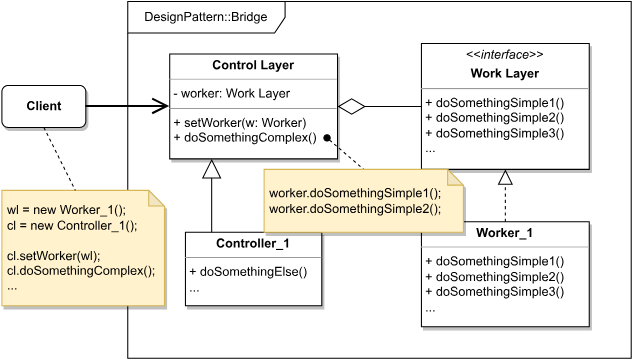
safar-jn/design-patterns keeps this draw.io diagram as Bridge/Bridge.svg. Above is the earlier version. Source tidied: cells renumbered, new cells last; positions are measured from the earlier drawing's top-left corner, leaving out a move shared by most shapes.
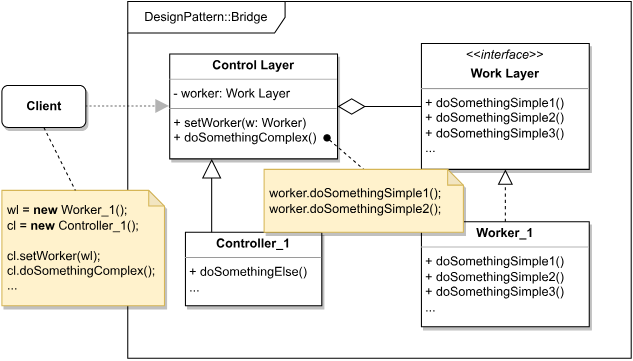
Later version of the same file.

What changed in the source:
```diff
@@ -2,6 +2,9 @@
   <root>
     <mxCell id="0" />
     <mxCell id="1" parent="0" />
+    <mxCell id="9" style="endArrow=block;endFill=1;endSize=8;html=1;rounded=0;exitX=1;exitY=0.5;exitDx=0;exitDy=0;entryX=0;entryY=0.5;entryDx=0;entryDy=0;strokeWidth=2;fontSize=12;strokeColor=#B3B3B3;startSize=14;shadow=0;sketch=0;dashed=1;dashPattern=1 1;" parent="1" edge="1" source="2" target="4">
+      <mxGeometry relative="1" as="geometry" />
+    </mxCell>
     <mxCell id="2" value="&lt;b&gt;Client&lt;/b&gt;" style="html=1;rounded=1;shadow=1;" parent="1" vertex="1">
       <mxGeometry y="80" width="80" height="40" as="geometry" />
     </mxCell>
@@ -23,15 +26,12 @@
     <mxCell id="8" style="endArrow=diamondThin;endFill=0;endSize=24;html=1;rounded=0;entryX=1;entryY=0.5;entryDx=0;entryDy=0;exitX=0;exitY=0.5;exitDx=0;exitDy=0;" parent="1" edge="1" source="5" target="4">
       <mxGeometry relative="1" as="geometry" />
     </mxCell>
-    <mxCell id="9" style="endArrow=open;endFill=1;endSize=12;html=1;rounded=0;exitX=1;exitY=0.5;exitDx=0;exitDy=0;entryX=0;entryY=0.5;entryDx=0;entryDy=0;strokeWidth=2;" parent="1" edge="1" source="2" target="4">
-      <mxGeometry relative="1" as="geometry" />
-    </mxCell>
-    <mxCell id="10" style="endArrow=none;dashed=1;html=1;rounded=0;startArrow=oval;startFill=1;entryX=0.5;entryY=0;entryDx=0;entryDy=0;entryPerimeter=0;" parent="1" edge="1" target="15">
-      <mxGeometry relative="1" as="geometry">
-        <mxPoint x="310" y="130" as="sourcePoint" />
-      </mxGeometry>
-    </mxCell>
+    <mxCell id="16" style="endArrow=none;dashed=1;html=1;rounded=0;startArrow=oval;startFill=1;entryX=0.5;entryY=0;entryDx=0;entryDy=0;entryPerimeter=0;" parent="1" edge="1" target="15">
+      <mxGeometry relative="1" as="geometry">
+        <mxPoint x="310" y="130" as="sourcePoint" />
+      </mxGeometry>
+    </mxCell>
-    <mxCell id="11" value="&amp;nbsp;wl = new Worker_1();&lt;br&gt;&amp;nbsp;cl = new Controller_1();&lt;br&gt;&lt;br&gt;&amp;nbsp;cl.setWorker(wl);&lt;br&gt;&amp;nbsp;cl.doSomethingComplex();&lt;br&gt;&amp;nbsp;..." style="shape=note;whiteSpace=wrap;html=1;backgroundOutline=1;darkOpacity=0.05;rounded=0;shadow=1;size=15;fillColor=#fff2cc;strokeColor=#d6b656;align=left;" parent="1" vertex="1">
+    <mxCell id="11" value="&amp;nbsp;wl = &lt;b&gt;new &lt;/b&gt;Worker_1();&lt;br&gt;&amp;nbsp;cl = &lt;b&gt;new &lt;/b&gt;Controller_1();&lt;br&gt;&lt;br&gt;&amp;nbsp;cl.setWorker(wl);&lt;br&gt;&amp;nbsp;cl.doSomethingComplex();&lt;br&gt;&amp;nbsp;..." style="shape=note;whiteSpace=wrap;html=1;backgroundOutline=1;darkOpacity=0.05;rounded=0;shadow=1;size=15;fillColor=#fff2cc;strokeColor=#d6b656;align=left;" parent="1" vertex="1">
       <mxGeometry y="180" width="155" height="110" as="geometry" />
     </mxCell>
     <mxCell id="12" style="endArrow=none;dashed=1;html=1;rounded=0;entryX=0;entryY=0;entryDx=70;entryDy=0;entryPerimeter=0;exitX=0.5;exitY=1;exitDx=0;exitDy=0;" parent="1" edge="1" source="2" target="11">
@@ -40,11 +40,11 @@
     <mxCell id="13" value="&lt;p style=&quot;margin:0px;margin-top:4px;text-align:center;&quot;&gt;&lt;b&gt;Controller_1&lt;/b&gt;&lt;/p&gt;&lt;hr size=&quot;1&quot;&gt;&lt;p style=&quot;margin:0px;margin-left:4px;&quot;&gt;&lt;/p&gt;&lt;p style=&quot;margin:0px;margin-left:4px;&quot;&gt;+ doSomethingElse()&lt;/p&gt;&lt;p style=&quot;margin:0px;margin-left:4px;&quot;&gt;...&lt;/p&gt;" style="verticalAlign=top;align=left;overflow=fill;fontSize=12;fontFamily=Helvetica;html=1;rounded=0;shadow=1;" parent="1" vertex="1">
       <mxGeometry x="175" y="220" width="130" height="70" as="geometry" />
     </mxCell>
-    <mxCell id="14" style="endArrow=block;endSize=16;endFill=0;html=1;rounded=0;strokeWidth=1;entryX=0.25;entryY=1;entryDx=0;entryDy=0;" parent="1" edge="1" target="4">
-      <mxGeometry x="0.25" relative="1" as="geometry">
-        <mxPoint x="200" y="220" as="sourcePoint" />
-      </mxGeometry>
-    </mxCell>
+    <mxCell id="17" style="endArrow=block;endSize=16;endFill=0;html=1;rounded=0;strokeWidth=1;entryX=0.25;entryY=1;entryDx=0;entryDy=0;" parent="1" edge="1" target="4">
+      <mxGeometry x="0.25" relative="1" as="geometry">
+        <mxPoint x="200" y="220" as="sourcePoint" />
+      </mxGeometry>
+    </mxCell>
     <mxCell id="15" value="&amp;nbsp;worker.doSomethingSimple1();&lt;br&gt;&amp;nbsp;worker.doSomethingSimple2();" style="shape=note;whiteSpace=wrap;html=1;backgroundOutline=1;darkOpacity=0.05;rounded=0;shadow=1;size=15;fillColor=#fff2cc;strokeColor=#d6b656;align=left;" parent="1" vertex="1">
       <mxGeometry x="250" y="160" width="190" height="60" as="geometry" />
     </mxCell>
```
